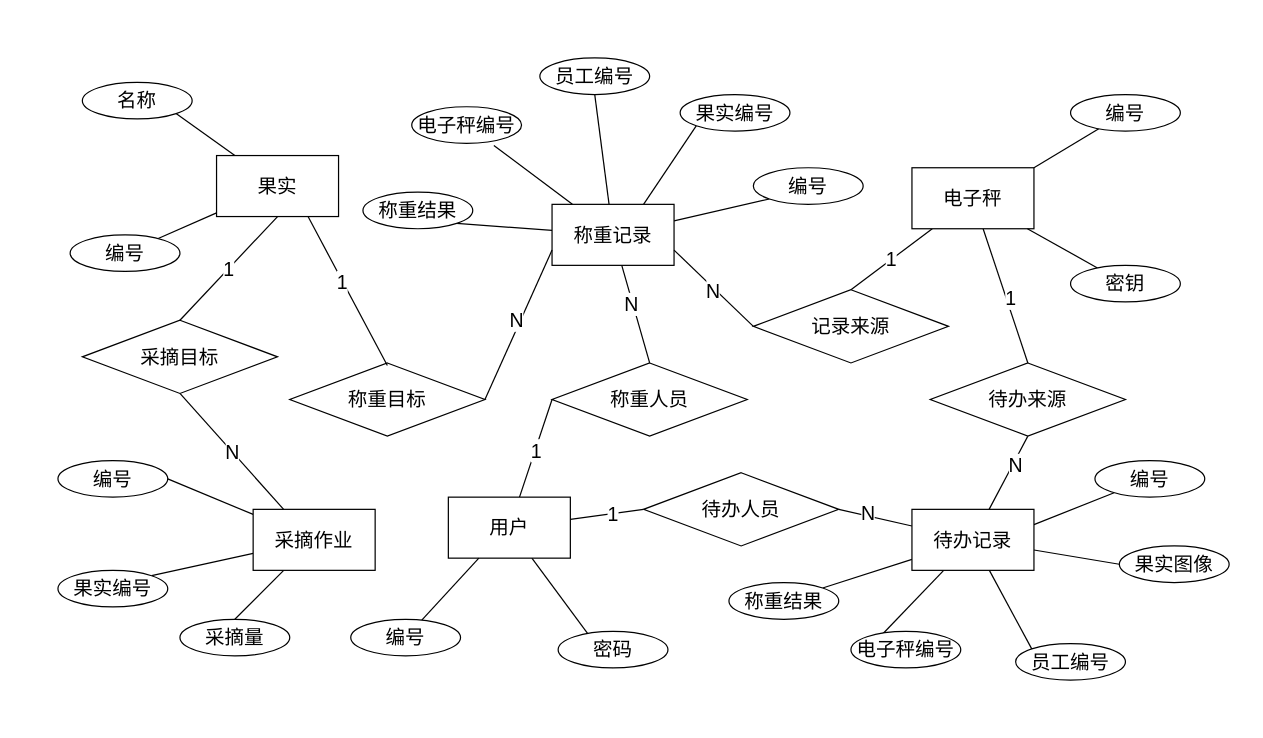
This is design/数据库概念模型设计.dio from akynazh/aws, a draw.io file, before an edit. Source tidied: cells renumbered, new cells numbered last; positions are measured from the earlier drawing's top-left corner, leaving out a move shared by most shapes. Both pictures are drawn from the tidied source at 122%, with x=0, y=0 at pixel (57, 57).
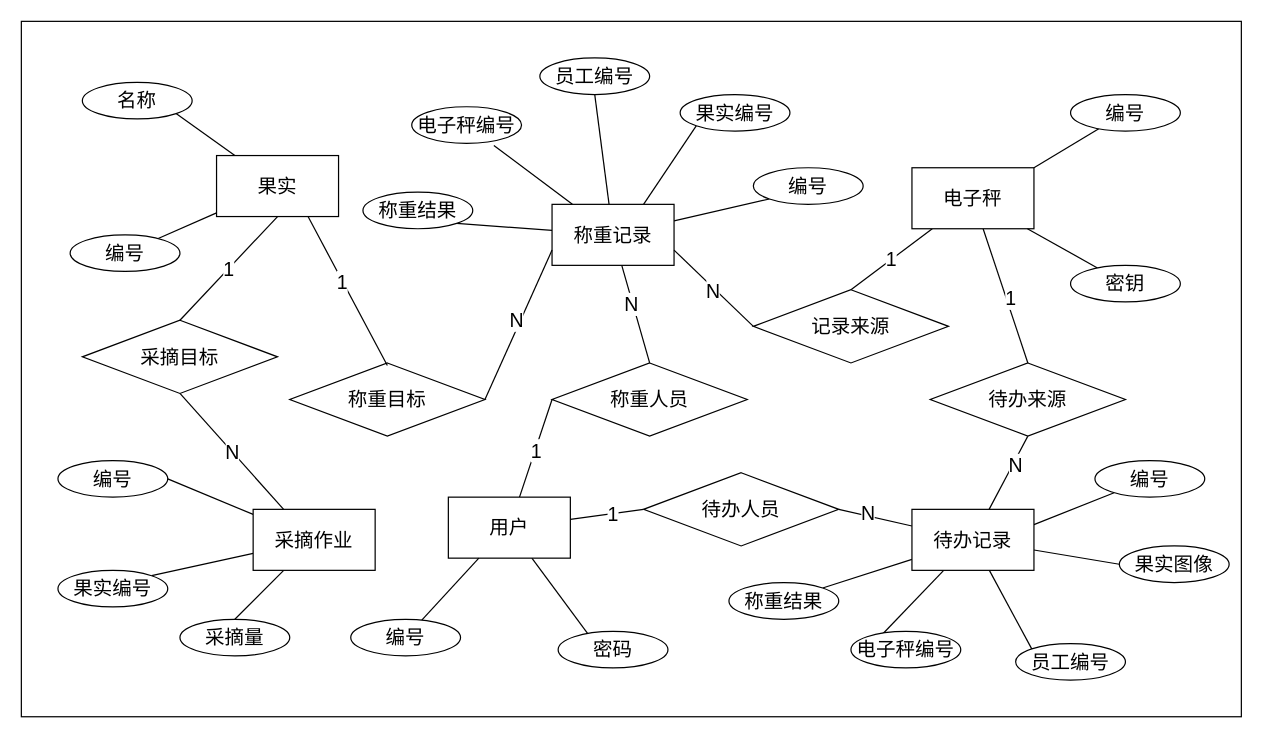
The same page after the edit.

What changed in the source:
```diff
@@
+    <mxCell id="74" style="rounded=0;whiteSpace=wrap;html=1;" parent="1" vertex="1">
+      <mxGeometry x="-30" y="-30" width="1000" height="570" as="geometry" />
+    </mxCell>
```
